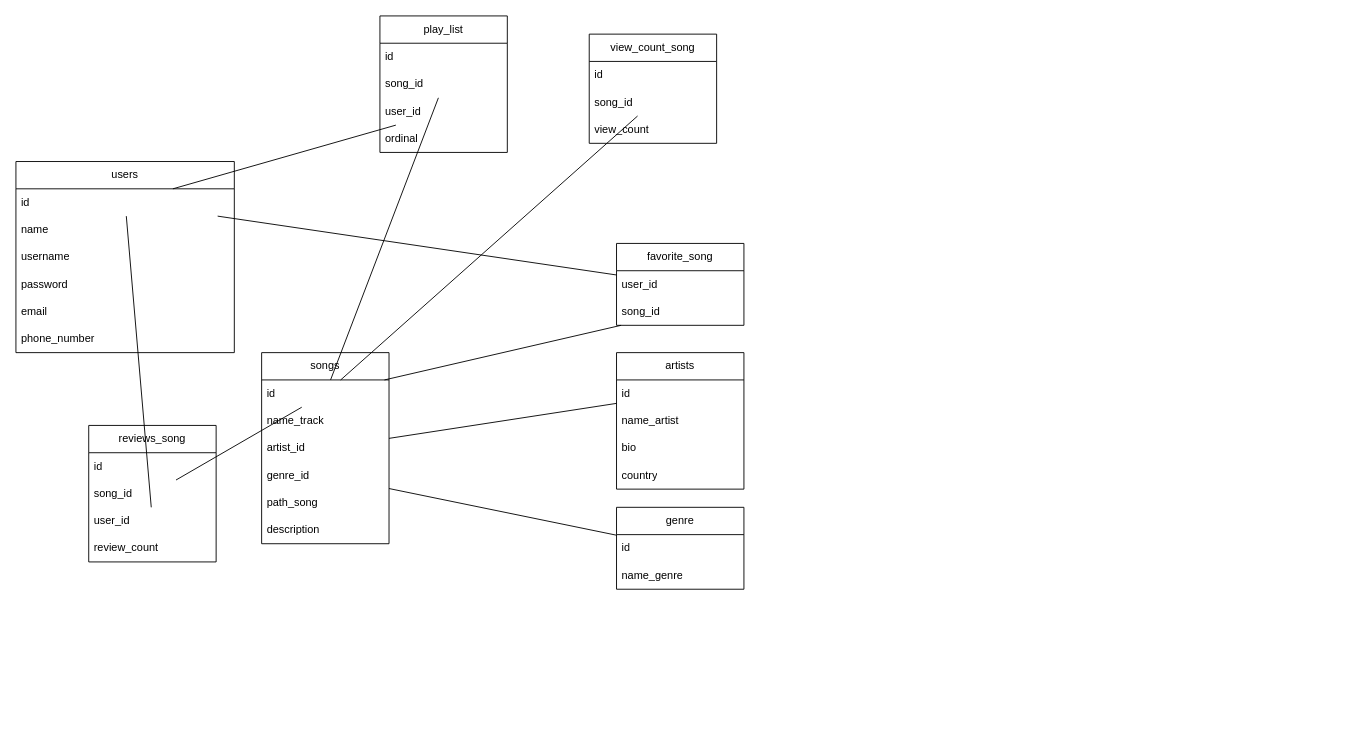
This is Untitled Diagram.drawio from chi2911ks/Diagram, a draw.io file, before an edit. Source tidied: cells renumbered, new cells numbered last; positions are measured from the earlier drawing's top-left corner, leaving out a move shared by most shapes. Both pictures are drawn from the tidied source at 91%, with x=0, y=0 at pixel (15, 15).
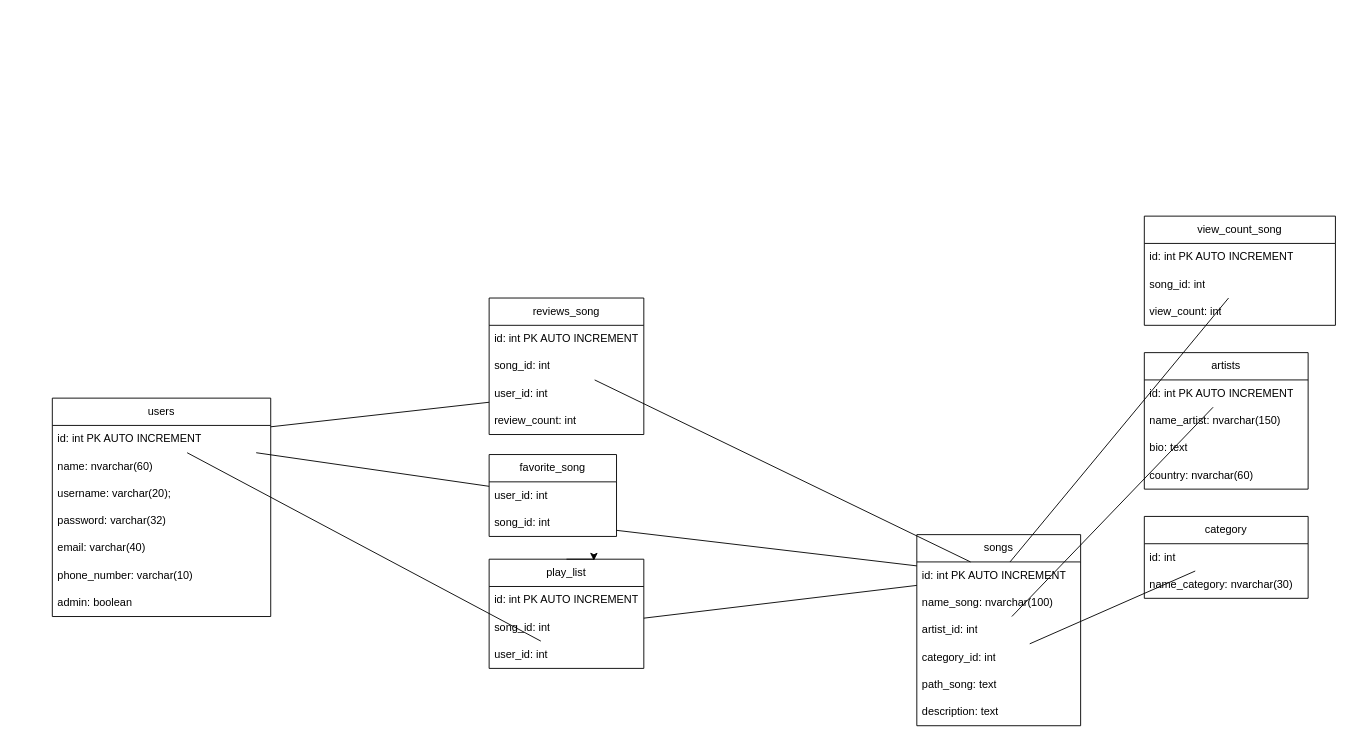
The same diagram, later.

Diff of the diagram source:
```diff
@@
     <mxCell id="2" value="users" style="swimlane;fontStyle=0;horizontal=1;startSize=30;whiteSpace=wrap;html=1;" parent="1" vertex="1">
-      <mxGeometry y="160" width="240" height="210" as="geometry" />
+      <mxGeometry x="40" y="420" width="240" height="240" as="geometry" />
     </mxCell>
-    <mxCell id="3" value="id" style="text;strokeColor=none;fillColor=none;align=left;verticalAlign=middle;spacingLeft=4;spacingRight=4;overflow=hidden;points=[[0,0.5],[1,0.5]];portConstraint=eastwest;whiteSpace=wrap;html=1;" parent="2" vertex="1">
+    <mxCell id="3" value="id: int PK AUTO INCREMENT" style="text;strokeColor=none;fillColor=none;align=left;verticalAlign=middle;spacingLeft=4;spacingRight=4;overflow=hidden;points=[[0,0.5],[1,0.5]];portConstraint=eastwest;whiteSpace=wrap;html=1;" parent="2" vertex="1">
       <mxGeometry y="30" width="240" height="30" as="geometry" />
     </mxCell>
-    <mxCell id="4" value="name" style="text;strokeColor=none;fillColor=none;align=left;verticalAlign=middle;spacingLeft=4;spacingRight=4;overflow=hidden;whiteSpace=wrap;html=1;" parent="2" vertex="1">
+    <mxCell id="4" value="name: nvarchar(60)" style="text;strokeColor=none;fillColor=none;align=left;verticalAlign=middle;spacingLeft=4;spacingRight=4;overflow=hidden;whiteSpace=wrap;html=1;" parent="2" vertex="1">
       <mxGeometry y="60" width="240" height="30" as="geometry" />
     </mxCell>
-    <mxCell id="5" value="username" style="text;strokeColor=none;fillColor=none;align=left;verticalAlign=middle;spacingLeft=4;spacingRight=4;overflow=hidden;whiteSpace=wrap;html=1;" parent="2" vertex="1">
+    <mxCell id="5" value="username: varchar(20);" style="text;strokeColor=none;fillColor=none;align=left;verticalAlign=middle;spacingLeft=4;spacingRight=4;overflow=hidden;whiteSpace=wrap;html=1;" parent="2" vertex="1">
       <mxGeometry y="90" width="240" height="30" as="geometry" />
     </mxCell>
-    <mxCell id="6" value="password" style="text;strokeColor=none;fillColor=none;align=left;verticalAlign=middle;spacingLeft=4;spacingRight=4;overflow=hidden;whiteSpace=wrap;html=1;" parent="2" vertex="1">
+    <mxCell id="6" value="password: varchar(32)" style="text;strokeColor=none;fillColor=none;align=left;verticalAlign=middle;spacingLeft=4;spacingRight=4;overflow=hidden;whiteSpace=wrap;html=1;" parent="2" vertex="1">
       <mxGeometry y="120" width="240" height="30" as="geometry" />
     </mxCell>
-    <mxCell id="7" value="email" style="text;strokeColor=none;fillColor=none;align=left;verticalAlign=middle;spacingLeft=4;spacingRight=4;overflow=hidden;whiteSpace=wrap;html=1;" parent="2" vertex="1">
+    <mxCell id="7" value="email: varchar(40)" style="text;strokeColor=none;fillColor=none;align=left;verticalAlign=middle;spacingLeft=4;spacingRight=4;overflow=hidden;whiteSpace=wrap;html=1;" parent="2" vertex="1">
       <mxGeometry y="150" width="240" height="30" as="geometry" />
     </mxCell>
-    <mxCell id="8" value="phone_number" style="text;strokeColor=none;fillColor=none;align=left;verticalAlign=middle;spacingLeft=4;spacingRight=4;overflow=hidden;whiteSpace=wrap;html=1;" parent="2" vertex="1">
+    <mxCell id="8" value="phone_number: varchar(10)" style="text;strokeColor=none;fillColor=none;align=left;verticalAlign=middle;spacingLeft=4;spacingRight=4;overflow=hidden;whiteSpace=wrap;html=1;" parent="2" vertex="1">
       <mxGeometry y="180" width="240" height="30" as="geometry" />
     </mxCell>
+    <mxCell id="50" value="admin: boolean" style="text;strokeColor=none;fillColor=none;align=left;verticalAlign=middle;spacingLeft=4;spacingRight=4;overflow=hidden;whiteSpace=wrap;html=1;" parent="2" vertex="1">
+      <mxGeometry y="210" width="240" height="30" as="geometry" />
+    </mxCell>
     <mxCell id="9" value="reviews_song" style="swimlane;fontStyle=0;horizontal=1;startSize=30;whiteSpace=wrap;html=1;" parent="1" vertex="1">
-      <mxGeometry x="80" y="450" width="140" height="150" as="geometry" />
+      <mxGeometry x="520" y="310" width="170" height="150" as="geometry" />
     </mxCell>
-    <mxCell id="10" value="id" style="text;strokeColor=none;fillColor=none;align=left;verticalAlign=middle;spacingLeft=4;spacingRight=4;overflow=hidden;whiteSpace=wrap;html=1;" parent="9" vertex="1">
-      <mxGeometry y="30" width="140" height="30" as="geometry" />
+    <mxCell id="10" value="id: int PK AUTO INCREMENT" style="text;strokeColor=none;fillColor=none;align=left;verticalAlign=middle;spacingLeft=4;spacingRight=4;overflow=hidden;whiteSpace=wrap;html=1;" parent="9" vertex="1">
+      <mxGeometry y="30" width="170" height="30" as="geometry" />
     </mxCell>
-    <mxCell id="11" value="song_id" style="text;strokeColor=none;fillColor=none;align=left;verticalAlign=middle;spacingLeft=4;spacingRight=4;overflow=hidden;points=[[0,0.5],[1,0.5]];portConstraint=eastwest;whiteSpace=wrap;html=1;" parent="9" vertex="1">
-      <mxGeometry y="60" width="140" height="30" as="geometry" />
+    <mxCell id="11" value="song_id: int" style="text;strokeColor=none;fillColor=none;align=left;verticalAlign=middle;spacingLeft=4;spacingRight=4;overflow=hidden;points=[[0,0.5],[1,0.5]];portConstraint=eastwest;whiteSpace=wrap;html=1;" parent="9" vertex="1">
+      <mxGeometry y="60" width="170" height="30" as="geometry" />
     </mxCell>
-    <mxCell id="12" value="user_id" style="text;strokeColor=none;fillColor=none;align=left;verticalAlign=middle;spacingLeft=4;spacingRight=4;overflow=hidden;points=[[0,0.5],[1,0.5]];portConstraint=eastwest;whiteSpace=wrap;html=1;" parent="9" vertex="1">
-      <mxGeometry y="90" width="140" height="30" as="geometry" />
+    <mxCell id="12" value="user_id: int" style="text;strokeColor=none;fillColor=none;align=left;verticalAlign=middle;spacingLeft=4;spacingRight=4;overflow=hidden;points=[[0,0.5],[1,0.5]];portConstraint=eastwest;whiteSpace=wrap;html=1;" parent="9" vertex="1">
+      <mxGeometry y="90" width="170" height="30" as="geometry" />
     </mxCell>
-    <mxCell id="13" value="review_count" style="text;strokeColor=none;fillColor=none;align=left;verticalAlign=middle;spacingLeft=4;spacingRight=4;overflow=hidden;whiteSpace=wrap;html=1;" parent="9" vertex="1">
-      <mxGeometry y="120" width="140" height="30" as="geometry" />
+    <mxCell id="13" value="review_count: int" style="text;strokeColor=none;fillColor=none;align=left;verticalAlign=middle;spacingLeft=4;spacingRight=4;overflow=hidden;whiteSpace=wrap;html=1;" parent="9" vertex="1">
+      <mxGeometry y="120" width="170" height="30" as="geometry" />
     </mxCell>
     <mxCell id="14" value="songs" style="swimlane;fontStyle=0;horizontal=1;startSize=30;whiteSpace=wrap;html=1;" parent="1" vertex="1">
-      <mxGeometry x="270" y="370" width="140" height="210" as="geometry" />
+      <mxGeometry x="990" y="570" width="180" height="210" as="geometry" />
     </mxCell>
-    <mxCell id="15" value="id" style="text;strokeColor=none;fillColor=none;align=left;verticalAlign=middle;spacingLeft=4;spacingRight=4;overflow=hidden;points=[[0,0.5],[1,0.5]];portConstraint=eastwest;whiteSpace=wrap;html=1;" parent="14" vertex="1">
-      <mxGeometry y="30" width="140" height="30" as="geometry" />
+    <mxCell id="15" value="id: int PK AUTO INCREMENT" style="text;strokeColor=none;fillColor=none;align=left;verticalAlign=middle;spacingLeft=4;spacingRight=4;overflow=hidden;points=[[0,0.5],[1,0.5]];portConstraint=eastwest;whiteSpace=wrap;html=1;" parent="14" vertex="1">
+      <mxGeometry y="30" width="180" height="30" as="geometry" />
     </mxCell>
-    <mxCell id="16" value="name_track" style="text;strokeColor=none;fillColor=none;align=left;verticalAlign=middle;spacingLeft=4;spacingRight=4;overflow=hidden;whiteSpace=wrap;html=1;" parent="14" vertex="1">
-      <mxGeometry y="60" width="140" height="30" as="geometry" />
+    <mxCell id="16" value="name_song: nvarchar(100)" style="text;strokeColor=none;fillColor=none;align=left;verticalAlign=middle;spacingLeft=4;spacingRight=4;overflow=hidden;whiteSpace=wrap;html=1;" parent="14" vertex="1">
+      <mxGeometry y="60" width="180" height="30" as="geometry" />
     </mxCell>
-    <mxCell id="17" value="artist_id" style="text;strokeColor=none;fillColor=none;align=left;verticalAlign=middle;spacingLeft=4;spacingRight=4;overflow=hidden;points=[[0,0.5],[1,0.5]];portConstraint=eastwest;whiteSpace=wrap;html=1;" parent="14" vertex="1">
-      <mxGeometry y="90" width="140" height="30" as="geometry" />
+    <mxCell id="17" value="artist_id: int" style="text;strokeColor=none;fillColor=none;align=left;verticalAlign=middle;spacingLeft=4;spacingRight=4;overflow=hidden;points=[[0,0.5],[1,0.5]];portConstraint=eastwest;whiteSpace=wrap;html=1;" parent="14" vertex="1">
+      <mxGeometry y="90" width="180" height="30" as="geometry" />
     </mxCell>
-    <mxCell id="18" value="genre_id" style="text;strokeColor=none;fillColor=none;align=left;verticalAlign=middle;spacingLeft=4;spacingRight=4;overflow=hidden;points=[[0,0.5],[1,0.5]];portConstraint=eastwest;whiteSpace=wrap;html=1;" parent="14" vertex="1">
-      <mxGeometry y="120" width="140" height="30" as="geometry" />
+    <mxCell id="18" value="category_id: int" style="text;strokeColor=none;fillColor=none;align=left;verticalAlign=middle;spacingLeft=4;spacingRight=4;overflow=hidden;points=[[0,0.5],[1,0.5]];portConstraint=eastwest;whiteSpace=wrap;html=1;" parent="14" vertex="1">
+      <mxGeometry y="120" width="180" height="30" as="geometry" />
     </mxCell>
-    <mxCell id="19" value="path_song" style="text;strokeColor=none;fillColor=none;align=left;verticalAlign=middle;spacingLeft=4;spacingRight=4;overflow=hidden;whiteSpace=wrap;html=1;" parent="14" vertex="1">
-      <mxGeometry y="150" width="140" height="30" as="geometry" />
+    <mxCell id="19" value="path_song: text" style="text;strokeColor=none;fillColor=none;align=left;verticalAlign=middle;spacingLeft=4;spacingRight=4;overflow=hidden;whiteSpace=wrap;html=1;" parent="14" vertex="1">
+      <mxGeometry y="150" width="180" height="30" as="geometry" />
     </mxCell>
-    <mxCell id="20" value="description" style="text;strokeColor=none;fillColor=none;align=left;verticalAlign=middle;spacingLeft=4;spacingRight=4;overflow=hidden;whiteSpace=wrap;html=1;" parent="14" vertex="1">
-      <mxGeometry y="180" width="140" height="30" as="geometry" />
+    <mxCell id="20" value="description: text" style="text;strokeColor=none;fillColor=none;align=left;verticalAlign=middle;spacingLeft=4;spacingRight=4;overflow=hidden;whiteSpace=wrap;html=1;" parent="14" vertex="1">
+      <mxGeometry y="180" width="180" height="30" as="geometry" />
     </mxCell>
     <mxCell id="21" value="artists" style="swimlane;fontStyle=0;horizontal=1;startSize=30;whiteSpace=wrap;html=1;" parent="1" vertex="1">
-      <mxGeometry x="660" y="370" width="140" height="150" as="geometry" />
+      <mxGeometry x="1240" y="370" width="180" height="150" as="geometry" />
     </mxCell>
-    <mxCell id="22" value="id" style="text;strokeColor=none;fillColor=none;align=left;verticalAlign=middle;spacingLeft=4;spacingRight=4;overflow=hidden;points=[[0,0.5],[1,0.5]];portConstraint=eastwest;whiteSpace=wrap;html=1;" parent="21" vertex="1">
-      <mxGeometry y="30" width="140" height="30" as="geometry" />
+    <mxCell id="22" value="id: int PK AUTO INCREMENT" style="text;strokeColor=none;fillColor=none;align=left;verticalAlign=middle;spacingLeft=4;spacingRight=4;overflow=hidden;points=[[0,0.5],[1,0.5]];portConstraint=eastwest;whiteSpace=wrap;html=1;" parent="21" vertex="1">
+      <mxGeometry y="30" width="180" height="30" as="geometry" />
     </mxCell>
-    <mxCell id="23" value="name_artist" style="text;strokeColor=none;fillColor=none;align=left;verticalAlign=middle;spacingLeft=4;spacingRight=4;overflow=hidden;whiteSpace=wrap;html=1;" parent="21" vertex="1">
-      <mxGeometry y="60" width="140" height="30" as="geometry" />
+    <mxCell id="23" value="name_artist: nvarchar(150)" style="text;strokeColor=none;fillColor=none;align=left;verticalAlign=middle;spacingLeft=4;spacingRight=4;overflow=hidden;whiteSpace=wrap;html=1;" parent="21" vertex="1">
+      <mxGeometry y="60" width="180" height="30" as="geometry" />
     </mxCell>
-    <mxCell id="24" value="bio" style="text;strokeColor=none;fillColor=none;align=left;verticalAlign=middle;spacingLeft=4;spacingRight=4;overflow=hidden;whiteSpace=wrap;html=1;" parent="21" vertex="1">
-      <mxGeometry y="90" width="140" height="30" as="geometry" />
+    <mxCell id="24" value="bio: text" style="text;strokeColor=none;fillColor=none;align=left;verticalAlign=middle;spacingLeft=4;spacingRight=4;overflow=hidden;whiteSpace=wrap;html=1;" parent="21" vertex="1">
+      <mxGeometry y="90" width="180" height="30" as="geometry" />
     </mxCell>
-    <mxCell id="25" value="country" style="text;strokeColor=none;fillColor=none;align=left;verticalAlign=middle;spacingLeft=4;spacingRight=4;overflow=hidden;whiteSpace=wrap;html=1;" parent="21" vertex="1">
-      <mxGeometry y="120" width="140" height="30" as="geometry" />
+    <mxCell id="25" value="country: nvarchar(60)" style="text;strokeColor=none;fillColor=none;align=left;verticalAlign=middle;spacingLeft=4;spacingRight=4;overflow=hidden;whiteSpace=wrap;html=1;" parent="21" vertex="1">
+      <mxGeometry y="120" width="180" height="30" as="geometry" />
     </mxCell>
-    <mxCell id="26" value="genre" style="swimlane;fontStyle=0;horizontal=1;startSize=30;whiteSpace=wrap;html=1;" parent="1" vertex="1">
-      <mxGeometry x="660" y="540" width="140" height="90" as="geometry" />
+    <mxCell id="26" value="category" style="swimlane;fontStyle=0;horizontal=1;startSize=30;whiteSpace=wrap;html=1;" parent="1" vertex="1">
+      <mxGeometry x="1240" y="550" width="180" height="90" as="geometry" />
     </mxCell>
-    <mxCell id="27" value="id" style="text;strokeColor=none;fillColor=none;align=left;verticalAlign=middle;spacingLeft=4;spacingRight=4;overflow=hidden;points=[[0,0.5],[1,0.5]];portConstraint=eastwest;whiteSpace=wrap;html=1;" parent="26" vertex="1">
-      <mxGeometry y="30" width="140" height="30" as="geometry" />
+    <mxCell id="27" value="id: int" style="text;strokeColor=none;fillColor=none;align=left;verticalAlign=middle;spacingLeft=4;spacingRight=4;overflow=hidden;points=[[0,0.5],[1,0.5]];portConstraint=eastwest;whiteSpace=wrap;html=1;" parent="26" vertex="1">
+      <mxGeometry y="30" width="180" height="30" as="geometry" />
     </mxCell>
-    <mxCell id="28" value="name_genre" style="text;strokeColor=none;fillColor=none;align=left;verticalAlign=middle;spacingLeft=4;spacingRight=4;overflow=hidden;whiteSpace=wrap;html=1;" parent="26" vertex="1">
-      <mxGeometry y="60" width="140" height="30" as="geometry" />
+    <mxCell id="28" value="name_category: nvarchar(30)" style="text;strokeColor=none;fillColor=none;align=left;verticalAlign=middle;spacingLeft=4;spacingRight=4;overflow=hidden;whiteSpace=wrap;html=1;" parent="26" vertex="1">
+      <mxGeometry y="60" width="180" height="30" as="geometry" />
     </mxCell>
@@
     <mxCell id="32" value="favorite_song" style="swimlane;fontStyle=0;horizontal=1;startSize=30;whiteSpace=wrap;html=1;" parent="1" vertex="1">
-      <mxGeometry x="660" y="250" width="140" height="90" as="geometry" />
+      <mxGeometry x="520" y="482" width="140" height="90" as="geometry" />
     </mxCell>
-    <mxCell id="33" value="user_id" style="text;strokeColor=none;fillColor=none;align=left;verticalAlign=middle;spacingLeft=4;spacingRight=4;overflow=hidden;points=[[0,0.5],[1,0.5]];portConstraint=eastwest;whiteSpace=wrap;html=1;" parent="32" vertex="1">
+    <mxCell id="33" value="user_id: int" style="text;strokeColor=none;fillColor=none;align=left;verticalAlign=middle;spacingLeft=4;spacingRight=4;overflow=hidden;points=[[0,0.5],[1,0.5]];portConstraint=eastwest;whiteSpace=wrap;html=1;" parent="32" vertex="1">
       <mxGeometry y="30" width="140" height="30" as="geometry" />
     </mxCell>
-    <mxCell id="34" value="song_id" style="text;strokeColor=none;fillColor=none;align=left;verticalAlign=middle;spacingLeft=4;spacingRight=4;overflow=hidden;points=[[0,0.5],[1,0.5]];portConstraint=eastwest;whiteSpace=wrap;html=1;" parent="32" vertex="1">
+    <mxCell id="34" value="song_id: int" style="text;strokeColor=none;fillColor=none;align=left;verticalAlign=middle;spacingLeft=4;spacingRight=4;overflow=hidden;points=[[0,0.5],[1,0.5]];portConstraint=eastwest;whiteSpace=wrap;html=1;" parent="32" vertex="1">
       <mxGeometry y="60" width="140" height="30" as="geometry" />
     </mxCell>
     <mxCell id="35" value="play_list" style="swimlane;fontStyle=0;horizontal=1;startSize=30;whiteSpace=wrap;html=1;" parent="1" vertex="1">
-      <mxGeometry x="400" width="140" height="150" as="geometry" />
+      <mxGeometry x="520" y="597" width="170" height="120" as="geometry" />
     </mxCell>
-    <mxCell id="36" value="id" style="text;strokeColor=none;fillColor=none;align=left;verticalAlign=middle;spacingLeft=4;spacingRight=4;overflow=hidden;whiteSpace=wrap;html=1;" parent="35" vertex="1">
-      <mxGeometry y="30" width="140" height="30" as="geometry" />
+    <mxCell id="36" value="id: int PK AUTO INCREMENT" style="text;strokeColor=none;fillColor=none;align=left;verticalAlign=middle;spacingLeft=4;spacingRight=4;overflow=hidden;whiteSpace=wrap;html=1;" parent="35" vertex="1">
+      <mxGeometry y="30" width="170" height="30" as="geometry" />
     </mxCell>
-    <mxCell id="37" value="song_id" style="text;strokeColor=none;fillColor=none;align=left;verticalAlign=middle;spacingLeft=4;spacingRight=4;overflow=hidden;points=[[0,0.5],[1,0.5]];portConstraint=eastwest;whiteSpace=wrap;html=1;" parent="35" vertex="1">
-      <mxGeometry y="60" width="140" height="30" as="geometry" />
+    <mxCell id="37" value="song_id: int" style="text;strokeColor=none;fillColor=none;align=left;verticalAlign=middle;spacingLeft=4;spacingRight=4;overflow=hidden;points=[[0,0.5],[1,0.5]];portConstraint=eastwest;whiteSpace=wrap;html=1;" parent="35" vertex="1">
+      <mxGeometry y="60" width="170" height="30" as="geometry" />
     </mxCell>
-    <mxCell id="38" value="user_id" style="text;strokeColor=none;fillColor=none;align=left;verticalAlign=middle;spacingLeft=4;spacingRight=4;overflow=hidden;points=[[0,0.5],[1,0.5]];portConstraint=eastwest;whiteSpace=wrap;html=1;" parent="35" vertex="1">
-      <mxGeometry y="90" width="140" height="30" as="geometry" />
+    <mxCell id="38" value="user_id: int" style="text;strokeColor=none;fillColor=none;align=left;verticalAlign=middle;spacingLeft=4;spacingRight=4;overflow=hidden;points=[[0,0.5],[1,0.5]];portConstraint=eastwest;whiteSpace=wrap;html=1;" parent="35" vertex="1">
+      <mxGeometry y="90" width="170" height="30" as="geometry" />
     </mxCell>
-    <mxCell id="39" value="ordinal" style="text;strokeColor=none;fillColor=none;align=left;verticalAlign=middle;spacingLeft=4;spacingRight=4;overflow=hidden;whiteSpace=wrap;html=1;" parent="35" vertex="1">
-      <mxGeometry y="120" width="140" height="30" as="geometry" />
-    </mxCell>
@@
     <mxCell id="45" value="view_count_song" style="swimlane;fontStyle=0;horizontal=1;startSize=30;whiteSpace=wrap;html=1;" parent="1" vertex="1">
-      <mxGeometry x="630" y="20" width="140" height="120" as="geometry" />
+      <mxGeometry x="1240" y="220" width="210" height="120" as="geometry" />
     </mxCell>
-    <mxCell id="46" value="id" style="text;strokeColor=none;fillColor=none;align=left;verticalAlign=middle;spacingLeft=4;spacingRight=4;overflow=hidden;whiteSpace=wrap;html=1;" parent="45" vertex="1">
-      <mxGeometry y="30" width="140" height="30" as="geometry" />
+    <mxCell id="46" value="id: int PK AUTO INCREMENT" style="text;strokeColor=none;fillColor=none;align=left;verticalAlign=middle;spacingLeft=4;spacingRight=4;overflow=hidden;whiteSpace=wrap;html=1;" parent="45" vertex="1">
+      <mxGeometry y="30" width="210" height="30" as="geometry" />
     </mxCell>
-    <mxCell id="47" value="song_id" style="text;strokeColor=none;fillColor=none;align=left;verticalAlign=middle;spacingLeft=4;spacingRight=4;overflow=hidden;points=[[0,0.5],[1,0.5]];portConstraint=eastwest;whiteSpace=wrap;html=1;" parent="45" vertex="1">
-      <mxGeometry y="60" width="140" height="30" as="geometry" />
+    <mxCell id="47" value="song_id: int" style="text;strokeColor=none;fillColor=none;align=left;verticalAlign=middle;spacingLeft=4;spacingRight=4;overflow=hidden;points=[[0,0.5],[1,0.5]];portConstraint=eastwest;whiteSpace=wrap;html=1;" parent="45" vertex="1">
+      <mxGeometry y="60" width="210" height="30" as="geometry" />
     </mxCell>
-    <mxCell id="48" value="view_count" style="text;strokeColor=none;fillColor=none;align=left;verticalAlign=middle;spacingLeft=4;spacingRight=4;overflow=hidden;whiteSpace=wrap;html=1;" parent="45" vertex="1">
-      <mxGeometry y="90" width="140" height="30" as="geometry" />
+    <mxCell id="48" value="view_count: int" style="text;strokeColor=none;fillColor=none;align=left;verticalAlign=middle;spacingLeft=4;spacingRight=4;overflow=hidden;whiteSpace=wrap;html=1;" parent="45" vertex="1">
+      <mxGeometry y="90" width="210" height="30" as="geometry" />
     </mxCell>
@@
+    <mxCell id="51" style="edgeStyle=orthogonalEdgeStyle;rounded=0;orthogonalLoop=1;jettySize=auto;html=1;exitX=0.5;exitY=0;exitDx=0;exitDy=0;entryX=0.677;entryY=0.013;entryDx=0;entryDy=0;entryPerimeter=0;" parent="1" edge="1" source="35" target="35">
+      <mxGeometry relative="1" as="geometry" />
+    </mxCell>
```
